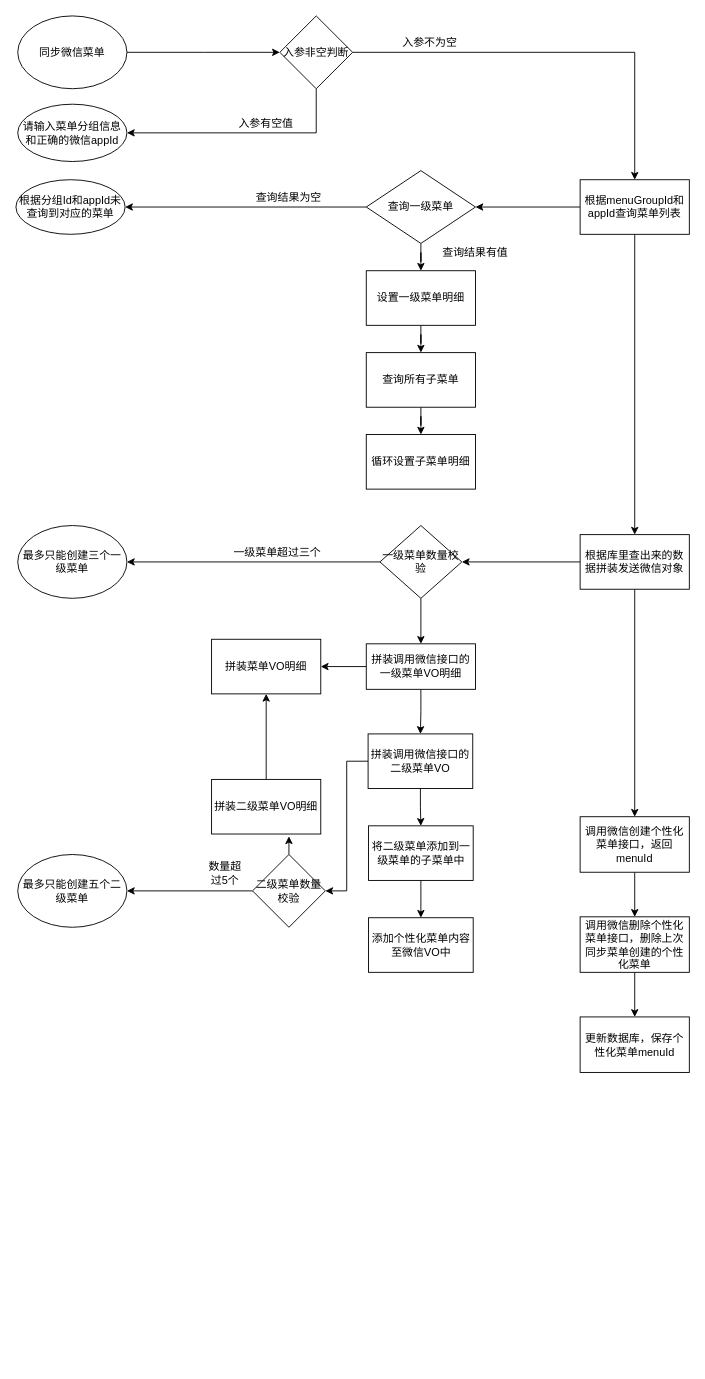
Before: 微信平台-同步菜单-流程图.drawio in dingchengyungit/drawio, a draw.io diagram. Source tidied: cells renumbered, new cells numbered last; positions are measured from the earlier drawing's top-left corner, leaving out a move shared by most shapes. Both pictures are drawn from the tidied source at 91%, with x=0, y=0 at pixel (15, 15).
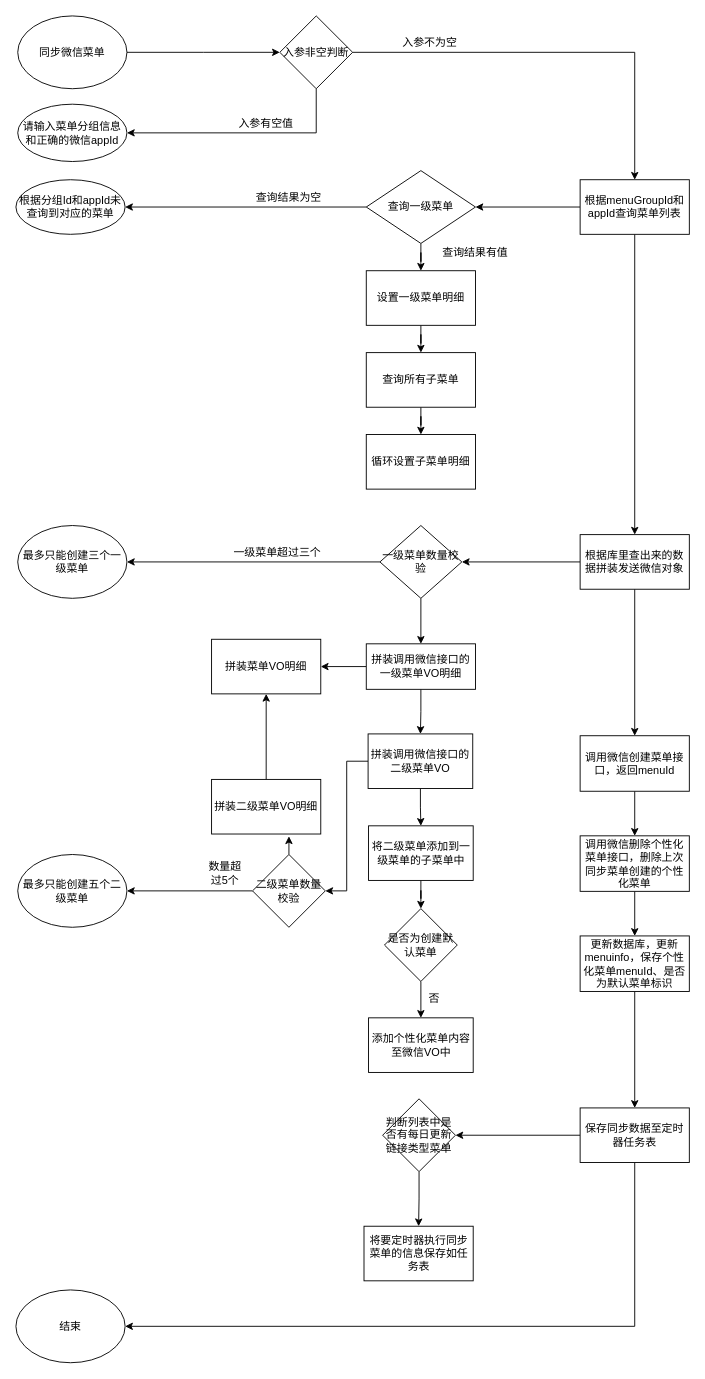
After the change.

Commit message:
更新微信平台-同步菜单-流程图.drawio

Unchanged cells that the change refers to:
```xml
<mxCell id="13" value="根据库里查出来的数据拼装发送微信对象" style="rounded=0;whiteSpace=wrap;html=1;" parent="1" vertex="1">
  <mxGeometry x="620" y="570" width="120" height="60" as="geometry" />
</mxCell>
<mxCell id="34" value="&lt;span style=&quot;white-space: normal&quot;&gt;一级菜单数量校验&lt;/span&gt;" style="rhombus;whiteSpace=wrap;html=1;" parent="1" vertex="1">
  <mxGeometry x="400" y="560" width="90" height="80" as="geometry" />
</mxCell>
<mxCell id="44" value="将二级菜单添加到一级菜单的子菜单中" style="rounded=0;whiteSpace=wrap;html=1;" parent="1" vertex="1">
  <mxGeometry x="387.5" y="890" width="115" height="60" as="geometry" />
</mxCell>
```

The edit, as a diff of the source:
```diff
@@
+    <mxCell id="12" style="edgeStyle=orthogonalEdgeStyle;rounded=0;jettySize=auto;html=1;entryX=1;entryY=0.5;entryDx=0;entryDy=0;" parent="1" edge="1" source="13" target="34">
+      <mxGeometry relative="1" as="geometry" />
+    </mxCell>
@@
-    <mxCell id="12" style="edgeStyle=orthogonalEdgeStyle;rounded=0;jettySize=auto;html=1;entryX=1;entryY=0.5;entryDx=0;entryDy=0;" parent="1" edge="1" source="13" target="34">
-      <mxGeometry relative="1" as="geometry" />
-    </mxCell>
@@
-    <mxCell id="15" value="调用微信创建个性化菜单接口，返回menuId" style="rounded=0;whiteSpace=wrap;html=1;" parent="1" vertex="1">
-      <mxGeometry x="620" y="880" width="120" height="61" as="geometry" />
+    <mxCell id="15" value="调用微信创建菜单接口，返回menuId" style="rounded=0;whiteSpace=wrap;html=1;" parent="1" vertex="1">
+      <mxGeometry x="620" y="791" width="120" height="61" as="geometry" />
     </mxCell>
@@
     <mxCell id="17" value="调用微信删除个性化菜单接口，删除上次同步菜单创建的个性化菜单" style="rounded=0;whiteSpace=wrap;html=1;" parent="1" vertex="1">
-      <mxGeometry x="620" y="990" width="120" height="61" as="geometry" />
+      <mxGeometry x="620" y="901" width="120" height="61" as="geometry" />
     </mxCell>
+    <mxCell id="54" style="edgeStyle=orthogonalEdgeStyle;rounded=0;jettySize=auto;html=1;entryX=0.5;entryY=0;entryDx=0;entryDy=0;" parent="1" edge="1" source="18" target="63">
+      <mxGeometry relative="1" as="geometry" />
+    </mxCell>
-    <mxCell id="18" value="更新数据库，保存个性化菜单menuId" style="rounded=0;whiteSpace=wrap;html=1;" parent="1" vertex="1">
-      <mxGeometry x="620" y="1100" width="120" height="61" as="geometry" />
+    <mxCell id="18" value="更新数据库，更新menuinfo，保存个性化菜单menuId、是否为默认菜单标识" style="rounded=0;whiteSpace=wrap;html=1;" parent="1" vertex="1">
+      <mxGeometry x="620" y="1011" width="120" height="61" as="geometry" />
     </mxCell>
@@
-    <mxCell id="43" style="edgeStyle=orthogonalEdgeStyle;rounded=0;jettySize=auto;html=1;" parent="1" edge="1" source="44" target="45">
-      <mxGeometry relative="1" as="geometry" />
-    </mxCell>
+    <mxCell id="55" style="edgeStyle=orthogonalEdgeStyle;rounded=0;jettySize=auto;html=1;entryX=0.5;entryY=0;entryDx=0;entryDy=0;" parent="1" edge="1" source="44" target="57">
+      <mxGeometry relative="1" as="geometry" />
+    </mxCell>
@@
     <mxCell id="45" value="添加个性化菜单内容至微信VO中" style="rounded=0;whiteSpace=wrap;html=1;" parent="1" vertex="1">
-      <mxGeometry x="387.5" y="991" width="115" height="60" as="geometry" />
+      <mxGeometry x="387.5" y="1101" width="115" height="60" as="geometry" />
     </mxCell>
@@
+    <mxCell id="56" style="edgeStyle=orthogonalEdgeStyle;rounded=0;jettySize=auto;html=1;" parent="1" edge="1" source="57" target="45">
+      <mxGeometry relative="1" as="geometry" />
+    </mxCell>
+    <mxCell id="57" value="是否为创建默认菜单" style="rhombus;whiteSpace=wrap;html=1;" parent="1" vertex="1">
+      <mxGeometry x="405" y="981" width="80" height="80" as="geometry" />
+    </mxCell>
+    <mxCell id="58" value="否" style="text;html=1;strokeColor=none;fillColor=none;align=center;verticalAlign=middle;whiteSpace=wrap;rounded=0;" parent="1" vertex="1">
+      <mxGeometry x="440" y="1070" width="40" height="20" as="geometry" />
+    </mxCell>
+    <mxCell id="59" style="edgeStyle=orthogonalEdgeStyle;rounded=0;jettySize=auto;html=1;entryX=0.5;entryY=0;entryDx=0;entryDy=0;" parent="1" edge="1" source="60" target="64">
+      <mxGeometry relative="1" as="geometry" />
+    </mxCell>
+    <mxCell id="60" value="判断列表中是否有每日更新链接类型菜单" style="rhombus;whiteSpace=wrap;html=1;" parent="1" vertex="1">
+      <mxGeometry x="403" y="1190" width="80" height="80" as="geometry" />
+    </mxCell>
+    <mxCell id="61" style="edgeStyle=orthogonalEdgeStyle;rounded=0;jettySize=auto;html=1;" parent="1" edge="1" source="63" target="60">
+      <mxGeometry relative="1" as="geometry" />
+    </mxCell>
+    <mxCell id="62" style="edgeStyle=orthogonalEdgeStyle;rounded=0;jettySize=auto;html=1;entryX=1;entryY=0.5;entryDx=0;entryDy=0;exitX=0.5;exitY=1;exitDx=0;exitDy=0;" parent="1" edge="1" source="63" target="65">
+      <mxGeometry relative="1" as="geometry" />
+    </mxCell>
+    <mxCell id="63" value="保存同步数据至定时器任务表" style="rounded=0;whiteSpace=wrap;html=1;" parent="1" vertex="1">
+      <mxGeometry x="620" y="1200" width="120" height="60" as="geometry" />
+    </mxCell>
+    <mxCell id="64" value="将要定时器执行同步菜单的信息保存如任务表" style="rounded=0;whiteSpace=wrap;html=1;" parent="1" vertex="1">
+      <mxGeometry x="382.5" y="1330" width="120" height="60" as="geometry" />
+    </mxCell>
+    <mxCell id="65" value="结束" style="ellipse;whiteSpace=wrap;html=1;" parent="1" vertex="1">
+      <mxGeometry y="1400" width="120" height="80" as="geometry" />
+    </mxCell>
```
